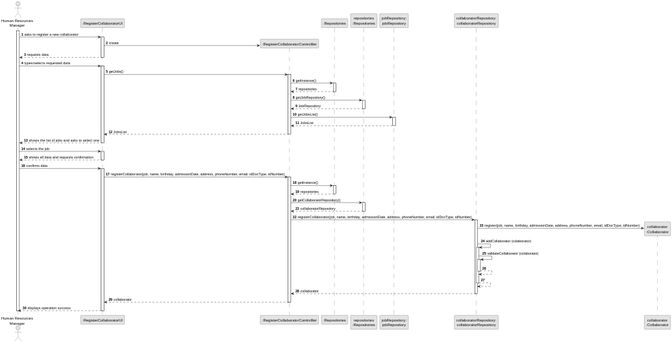
The PlantUML diagram docs/sprintA&B/us003/03.design/svg/us003-sequence-diagram-full.svg in daniel41silva05/ISEP_2023_2024_LAPR2, before a commit.
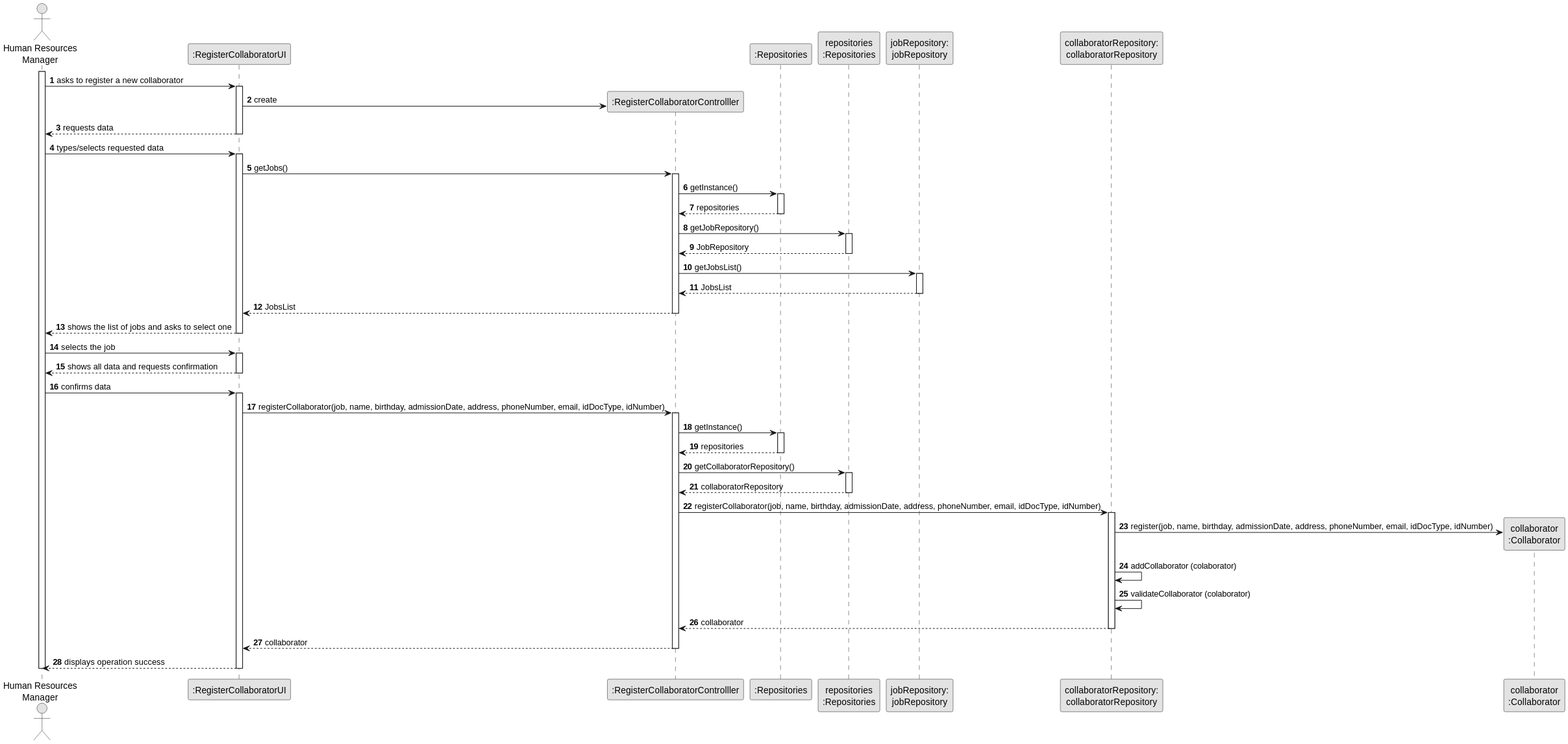
After the commit.

Change to the diagram source:
```diff
@@ -84,16 +84,9 @@
                 collaboratorRepository -> COLLABORATOR** : register(job, name, birthday, admissionDate, address, phoneNumber, email, idDocType, idNumber)
 
                 collaboratorRepository -> collaboratorRepository: addCollaborator (colaborator)
-                activate collaboratorRepository
 
                 collaboratorRepository -> collaboratorRepository: validateCollaborator (colaborator)
-                activate collaboratorRepository
 
-                collaboratorRepository --> collaboratorRepository
-                deactivate collaboratorRepository
-
-                collaboratorRepository --> collaboratorRepository
-                deactivate collaboratorRepository
 
             collaboratorRepository --> CTRL: collaborator
             deactivate collaboratorRepository
```
